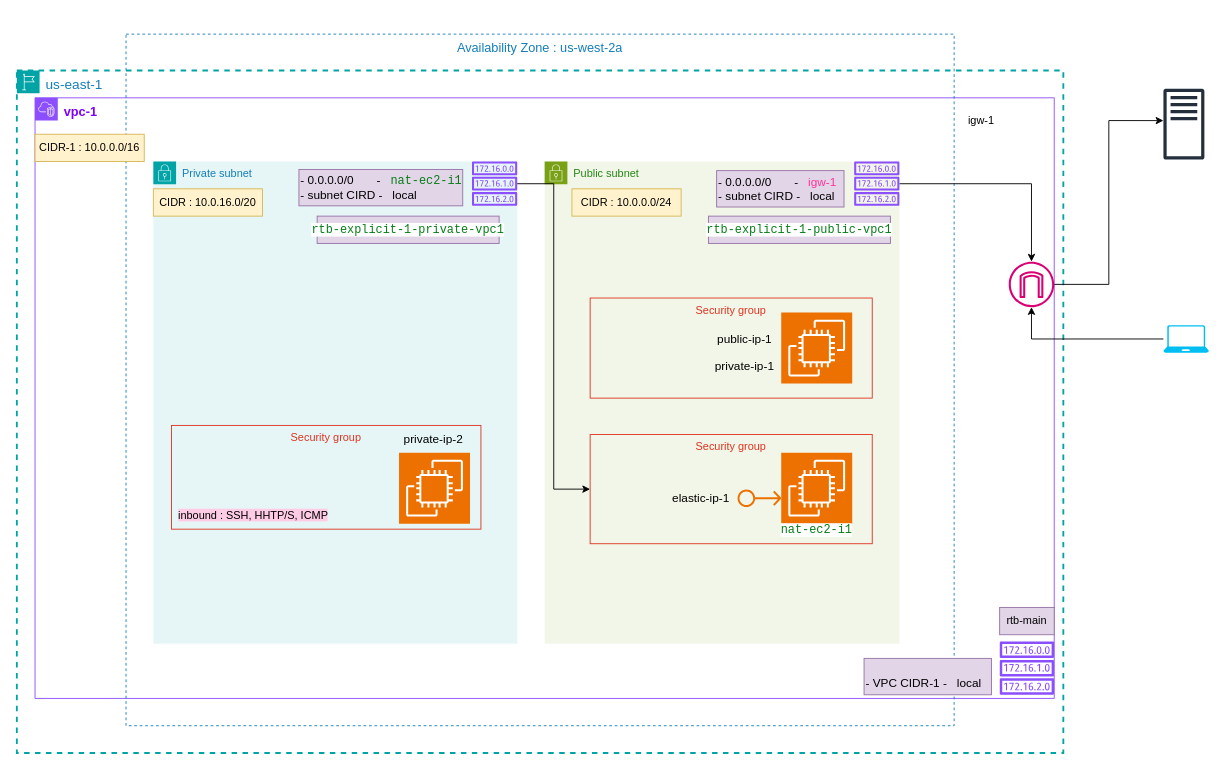
The draw.io diagram aws/VPC-1.drawio in lekhrajdinkar/02-spring, before the edit. Source tidied: cells renumbered, new cells numbered last; positions are measured from the earlier drawing's top-left corner, leaving out a move shared by most shapes. Both pictures are drawn from the tidied source at 91%, with x=0, y=0 at pixel (16, 34).
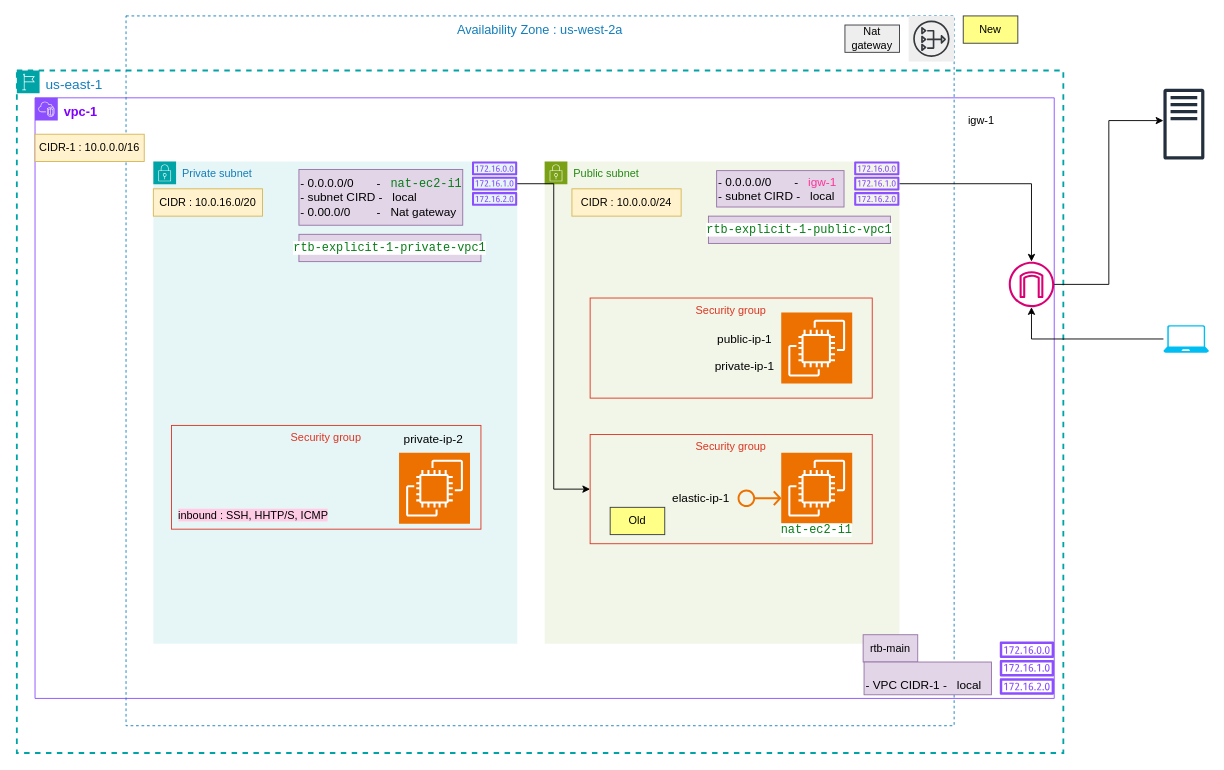
The same diagram, later.

Unchanged cells that the change refers to:
```xml
<mxCell id="3" value="&lt;font style=&quot;font-size: 15px;&quot;&gt;us-east-1&amp;nbsp;&lt;/font&gt;" style="gradientColor=none;html=1;whiteSpace=wrap;fontSize=12;fontStyle=0;shape=mxgraph.aws4.group;grIcon=mxgraph.aws4.group_region;strokeColor=#00A4A6;fillColor=none;verticalAlign=top;align=left;spacingLeft=30;fontColor=#147EBA;dashed=1;strokeWidth=2;" parent="1" vertex="1">
  <mxGeometry y="40" width="1150" height="750" as="geometry" />
</mxCell>
<mxCell id="5" value="Private subnet" style="gradientColor=none;html=1;whiteSpace=wrap;fontSize=12;fontStyle=0;shape=mxgraph.aws4.group;grIcon=mxgraph.aws4.group_security_group;grStroke=0;strokeColor=#00A4A6;fillColor=#E6F6F7;verticalAlign=top;align=left;spacingLeft=30;fontColor=#147EBA;dashed=0;" parent="3" vertex="1">
  <mxGeometry x="150" y="100" width="400" height="530" as="geometry" />
</mxCell>
<mxCell id="9" value="Public subnet" style="gradientColor=none;html=1;whiteSpace=wrap;fontSize=12;fontStyle=0;shape=mxgraph.aws4.group;grIcon=mxgraph.aws4.group_security_group;grStroke=0;strokeColor=#7AA116;fillColor=#F2F6E8;verticalAlign=top;align=left;spacingLeft=30;fontColor=#248814;dashed=0;" parent="3" vertex="1">
  <mxGeometry x="580" y="100" width="390" height="530" as="geometry" />
</mxCell>
```

Change to the diagram source:
```diff
@@
     <mxCell id="4" value="&lt;font style=&quot;font-size: 14px;&quot;&gt;Availability Zone : us-west-2a&lt;/font&gt;&lt;div style=&quot;font-size: 14px;&quot;&gt;&lt;br&gt;&lt;/div&gt;" style="fillColor=none;strokeColor=#147EBA;dashed=1;verticalAlign=top;fontStyle=0;fontColor=#147EBA;whiteSpace=wrap;html=1;" parent="3" vertex="1">
-      <mxGeometry x="120" y="-40" width="910" height="760" as="geometry" />
+      <mxGeometry x="120" y="-60" width="910" height="780" as="geometry" />
     </mxCell>
@@
-    <mxCell id="8" value="&lt;font style=&quot;font-size: 13px;&quot;&gt;- 0.0.0.0/0&amp;nbsp; &amp;nbsp; &amp;nbsp; &amp;nbsp;-&amp;nbsp; &amp;nbsp;&lt;/font&gt;&lt;span style=&quot;color: rgb(6, 125, 23); font-family: &amp;quot;JetBrains Mono&amp;quot;, monospace; font-size: 9.8pt; text-align: center; background-color: initial;&quot;&gt;nat-ec2-i1&lt;/span&gt;&lt;div style=&quot;font-size: 13px;&quot;&gt;&lt;font style=&quot;font-size: 13px;&quot;&gt;- subnet CIRD -&amp;nbsp; &amp;nbsp;local&lt;/font&gt;&lt;/div&gt;" style="text;html=1;align=left;verticalAlign=middle;whiteSpace=wrap;rounded=0;fillColor=#e1d5e7;strokeColor=#9673a6;" parent="5" vertex="1">
-      <mxGeometry x="160" y="8.7" width="180" height="40" as="geometry" />
+    <mxCell id="8" value="&lt;font style=&quot;font-size: 13px;&quot;&gt;- 0.0.0.0/0&amp;nbsp; &amp;nbsp; &amp;nbsp; &amp;nbsp;-&amp;nbsp; &amp;nbsp;&lt;/font&gt;&lt;span style=&quot;color: rgb(6, 125, 23); font-family: &amp;quot;JetBrains Mono&amp;quot;, monospace; font-size: 9.8pt; text-align: center; background-color: initial;&quot;&gt;nat-ec2-i1&lt;/span&gt;&lt;div style=&quot;font-size: 13px;&quot;&gt;&lt;font style=&quot;font-size: 13px;&quot;&gt;- subnet CIRD -&amp;nbsp; &amp;nbsp;local&lt;/font&gt;&lt;/div&gt;&lt;div style=&quot;font-size: 13px;&quot;&gt;&lt;font style=&quot;font-size: 13px;&quot;&gt;- 0.00.0/0&amp;nbsp; &amp;nbsp; &amp;nbsp; &amp;nbsp; -&amp;nbsp; &amp;nbsp;Nat gateway&lt;/font&gt;&lt;/div&gt;" style="text;html=1;align=left;verticalAlign=middle;whiteSpace=wrap;rounded=0;fillColor=#e1d5e7;strokeColor=#9673a6;" parent="5" vertex="1">
+      <mxGeometry x="160" y="8.7" width="180" height="61.3" as="geometry" />
     </mxCell>
@@
+    <mxCell id="40" value="Old" style="text;html=1;align=center;verticalAlign=middle;whiteSpace=wrap;rounded=0;fillColor=#ffff88;strokeColor=#36393d;" parent="9" vertex="1">
+      <mxGeometry x="72" y="380" width="60" height="30" as="geometry" />
+    </mxCell>
@@
     <mxCell id="30" value="rtb-main" style="text;html=1;align=center;verticalAlign=middle;whiteSpace=wrap;rounded=0;fillColor=#e1d5e7;strokeColor=#9673a6;" parent="3" vertex="1">
-      <mxGeometry x="1080" y="590" width="60" height="30" as="geometry" />
+      <mxGeometry x="930" y="620" width="60" height="30" as="geometry" />
     </mxCell>
@@
     <mxCell id="34" value="&lt;div style=&quot;background-color:#ffffff;color:#080808&quot;&gt;&lt;pre style=&quot;font-family:'JetBrains Mono',monospace;font-size:9.8pt;&quot;&gt;&lt;span style=&quot;color:#067d17;&quot;&gt;rtb-explicit-1-private-vpc1&lt;/span&gt;&lt;/pre&gt;&lt;/div&gt;" style="text;html=1;align=center;verticalAlign=middle;whiteSpace=wrap;rounded=0;fillColor=#e1d5e7;strokeColor=#9673a6;" parent="3" vertex="1">
-      <mxGeometry x="330" y="160" width="200" height="30" as="geometry" />
+      <mxGeometry x="310" y="180" width="200" height="30" as="geometry" />
     </mxCell>
     <mxCell id="35" value="&lt;br&gt;&lt;div style=&quot;font-size: 13px;&quot;&gt;&lt;font style=&quot;font-size: 13px;&quot;&gt;- VPC CIDR-1 -&amp;nbsp; &amp;nbsp;local&lt;/font&gt;&lt;/div&gt;" style="text;html=1;align=left;verticalAlign=middle;whiteSpace=wrap;rounded=0;fillColor=#e1d5e7;strokeColor=#9673a6;" parent="3" vertex="1">
-      <mxGeometry x="931" y="646" width="140" height="40" as="geometry" />
+      <mxGeometry x="931" y="650" width="140" height="36" as="geometry" />
     </mxCell>
+    <mxCell id="41" value="Nat gateway" style="text;html=1;align=center;verticalAlign=middle;whiteSpace=wrap;rounded=0;fillColor=#eeeeee;strokeColor=#36393d;" parent="3" vertex="1">
+      <mxGeometry x="910" y="-50" width="60" height="30" as="geometry" />
+    </mxCell>
+    <mxCell id="42" style="sketch=0;dashed=0;verticalLabelPosition=bottom;verticalAlign=top;align=center;html=1;fontSize=12;fontStyle=0;shape=mxgraph.aws4.resourceIcon;resIcon=mxgraph.aws4.nat_gateway;fillColor=#eeeeee;strokeColor=#36393d;" parent="3" vertex="1">
+      <mxGeometry x="980" y="-60" width="50" height="50" as="geometry" />
+    </mxCell>
@@
+    <mxCell id="43" value="New" style="text;html=1;align=center;verticalAlign=middle;whiteSpace=wrap;rounded=0;fillColor=#ffff88;strokeColor=#36393d;" parent="1" vertex="1">
+      <mxGeometry x="1040" y="-20" width="60" height="30" as="geometry" />
+    </mxCell>
```
